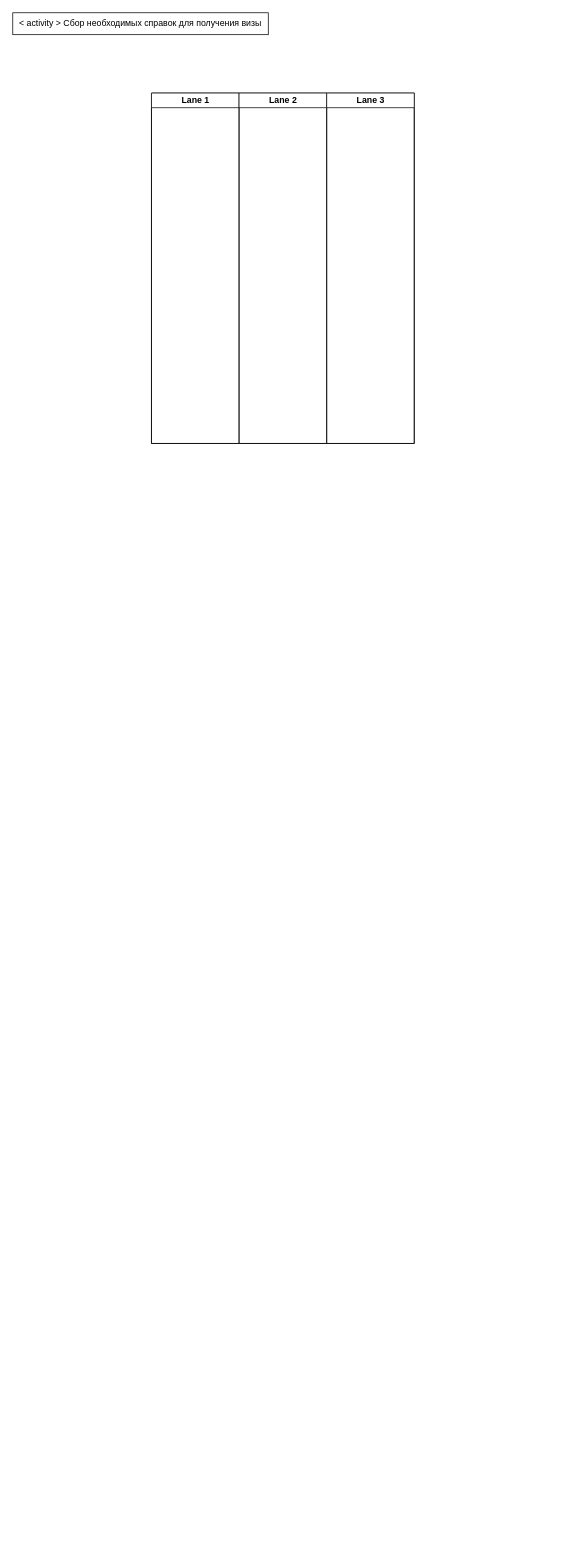
This is LR4/activity_diagram.drawio from f0rsunka/UML, a draw.io file, before an edit. Source tidied: cells renumbered, new cells numbered last; positions are measured from the earlier drawing's top-left corner, leaving out a move shared by most shapes. Both pictures are drawn from the tidied source at 73%, with x=0, y=0 at pixel (12, 12).
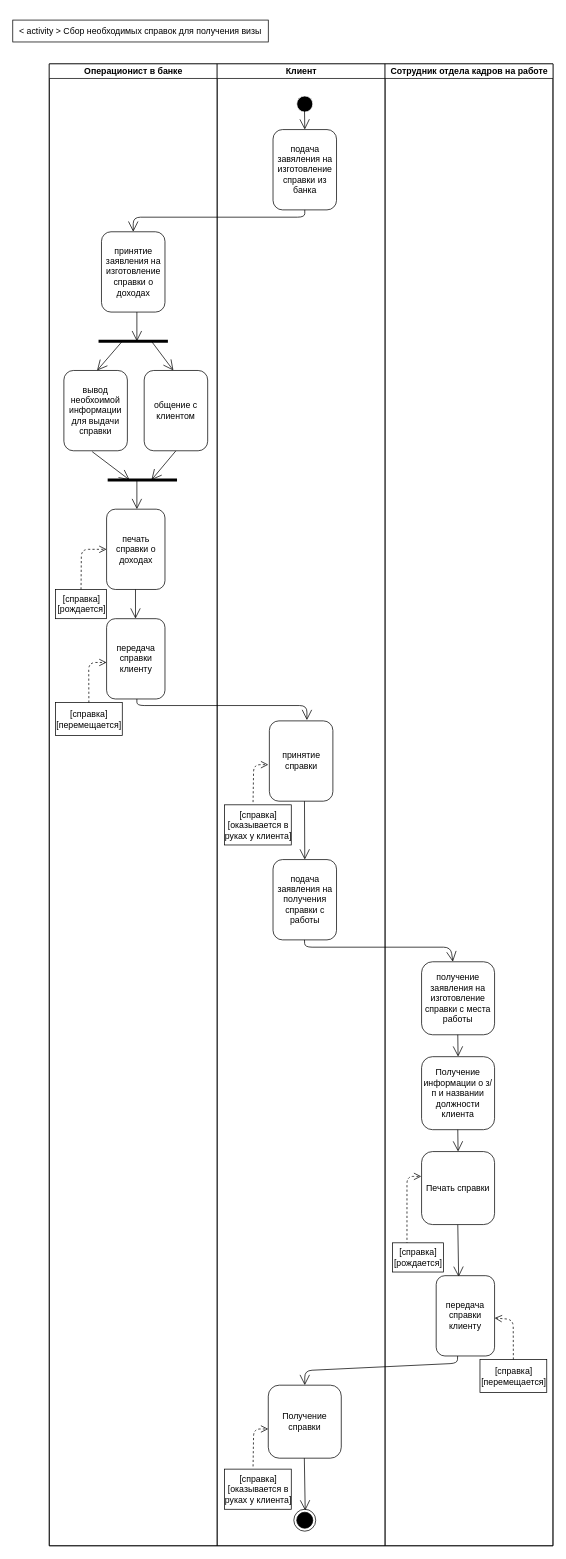
Above is the later version.

The edit, as a diff of the source:
```diff
@@
     <mxCell id="2" value="&lt;div align=&quot;center&quot;&gt;&amp;lt; activity &amp;gt; Сбор необходимых справок для получения визы&lt;br&gt;&lt;/div&gt;" style="rounded=0;whiteSpace=wrap;html=1;align=center;" parent="1" vertex="1">
-      <mxGeometry width="350" height="30" as="geometry" />
+      <mxGeometry y="10" width="350" height="30" as="geometry" />
     </mxCell>
+    <mxCell id="7" style="endArrow=open;endFill=1;endSize=12;html=1;" parent="1" edge="1">
+      <mxGeometry relative="1" as="geometry">
+        <mxPoint x="170" y="410" as="sourcePoint" />
+        <mxPoint x="170" y="450" as="targetPoint" />
+      </mxGeometry>
+    </mxCell>
+    <mxCell id="8" style="endArrow=open;endFill=1;endSize=12;html=1;exitX=0.5;exitY=1;exitDx=0;exitDy=0;" parent="1" edge="1" source="25">
+      <mxGeometry relative="1" as="geometry">
+        <mxPoint x="190" y="640" as="targetPoint" />
+      </mxGeometry>
+    </mxCell>
+    <mxCell id="9" style="endArrow=open;endFill=1;endSize=12;html=1;" parent="1" edge="1">
+      <mxGeometry relative="1" as="geometry">
+        <mxPoint x="170" y="640" as="sourcePoint" />
+        <mxPoint x="170" y="680" as="targetPoint" />
+      </mxGeometry>
+    </mxCell>
     <mxCell id="3" style="swimlane;html=1;startSize=0;horizontal=0;" parent="1" vertex="1">
-      <mxGeometry x="190" y="110" width="360" height="480" as="geometry" />
+      <mxGeometry x="50" y="70" width="690" height="2030" as="geometry" />
     </mxCell>
-    <mxCell id="4" value="Lane 1" style="swimlane;html=1;startSize=20;" parent="3" vertex="1">
-      <mxGeometry width="120" height="480" as="geometry" />
+    <mxCell id="4" value="Операционист в банке" style="swimlane;html=1;startSize=20;" parent="3" vertex="1">
+      <mxGeometry width="230" height="2030" as="geometry" />
     </mxCell>
+    <mxCell id="10" style="html=1;verticalAlign=bottom;endArrow=open;dashed=1;endSize=8;strokeWidth=1;exitX=0.5;exitY=0;exitDx=0;exitDy=0;entryX=0;entryY=0.5;entryDx=0;entryDy=0;" parent="4" edge="1" source="11" target="21">
+      <mxGeometry relative="1" as="geometry">
+        <Array as="points">
+          <mxPoint x="44" y="665" />
+        </Array>
+      </mxGeometry>
+    </mxCell>
+    <mxCell id="11" value="[справка]&lt;br&gt;[рождается]" style="html=1;strokeWidth=1;" parent="4" vertex="1">
+      <mxGeometry x="8.5" y="720" width="70" height="40" as="geometry" />
+    </mxCell>
+    <mxCell id="12" style="html=1;verticalAlign=bottom;endArrow=open;dashed=1;endSize=8;strokeWidth=1;exitX=0.5;exitY=0;exitDx=0;exitDy=0;entryX=0;entryY=0.5;entryDx=0;entryDy=0;" parent="4" edge="1" source="13">
+      <mxGeometry relative="1" as="geometry">
+        <mxPoint x="78.5" y="820" as="targetPoint" />
+        <Array as="points">
+          <mxPoint x="54" y="820" />
+        </Array>
+      </mxGeometry>
+    </mxCell>
+    <mxCell id="13" value="[справка]&lt;br&gt;[перемещается]" style="html=1;strokeWidth=1;" parent="4" vertex="1">
+      <mxGeometry x="8.5" y="875" width="91.5" height="45" as="geometry" />
+    </mxCell>
+    <mxCell id="14" value="вывод необхоимой информации для выдачи справки" style="shape=ext;rounded=1;html=1;whiteSpace=wrap;" parent="4" vertex="1">
+      <mxGeometry x="20" y="420" width="87" height="110" as="geometry" />
+    </mxCell>
+    <mxCell id="15" style="endArrow=none;html=1;strokeWidth=4;" parent="4" edge="1">
+      <mxGeometry relative="1" as="geometry">
+        <mxPoint x="67.5" y="380" as="sourcePoint" />
+        <mxPoint x="162.5" y="380" as="targetPoint" />
+      </mxGeometry>
+    </mxCell>
+    <mxCell id="16" style="endArrow=none;html=1;strokeWidth=4;" parent="4" edge="1">
+      <mxGeometry relative="1" as="geometry">
+        <mxPoint x="80" y="570" as="sourcePoint" />
+        <mxPoint x="175" y="570" as="targetPoint" />
+      </mxGeometry>
+    </mxCell>
+    <mxCell id="17" value="принятие заявления на изготовление справки о доходах" style="shape=ext;rounded=1;html=1;whiteSpace=wrap;" parent="4" vertex="1">
+      <mxGeometry x="71.5" y="230" width="87" height="110" as="geometry" />
+    </mxCell>
+    <mxCell id="18" style="endArrow=open;endFill=1;endSize=12;html=1;" parent="4" edge="1">
+      <mxGeometry relative="1" as="geometry">
+        <mxPoint x="100" y="380" as="sourcePoint" />
+        <mxPoint x="65.5" y="420" as="targetPoint" />
+      </mxGeometry>
+    </mxCell>
+    <mxCell id="19" style="endArrow=open;endFill=1;endSize=12;html=1;entryX=0.5;entryY=0;entryDx=0;entryDy=0;" parent="4" edge="1">
+      <mxGeometry relative="1" as="geometry">
+        <mxPoint x="140" y="380" as="sourcePoint" />
+        <mxPoint x="170" y="420" as="targetPoint" />
+      </mxGeometry>
+    </mxCell>
+    <mxCell id="20" style="endArrow=open;endFill=1;endSize=12;html=1;exitX=0.446;exitY=1.011;exitDx=0;exitDy=0;exitPerimeter=0;" parent="4" edge="1" source="14">
+      <mxGeometry relative="1" as="geometry">
+        <mxPoint x="110" y="570" as="targetPoint" />
+      </mxGeometry>
+    </mxCell>
+    <mxCell id="21" value="печать справки о доходах" style="shape=ext;rounded=1;html=1;whiteSpace=wrap;" parent="4" vertex="1">
+      <mxGeometry x="78.5" y="610" width="80" height="110" as="geometry" />
+    </mxCell>
+    <mxCell id="22" style="endArrow=open;endFill=1;endSize=12;html=1;" parent="4" edge="1">
+      <mxGeometry relative="1" as="geometry">
+        <mxPoint x="118.1" y="720" as="sourcePoint" />
+        <mxPoint x="118.1" y="760" as="targetPoint" />
+      </mxGeometry>
+    </mxCell>
+    <mxCell id="23" value="передача справки клиенту" style="shape=ext;rounded=1;html=1;whiteSpace=wrap;" parent="4" vertex="1">
+      <mxGeometry x="78.5" y="760" width="80" height="110" as="geometry" />
+    </mxCell>
+    <mxCell id="24" style="endArrow=open;endFill=1;endSize=12;html=1;" parent="4" edge="1">
+      <mxGeometry relative="1" as="geometry">
+        <mxPoint x="120" y="870" as="sourcePoint" />
+        <mxPoint x="352.9" y="899" as="targetPoint" />
+        <Array as="points">
+          <mxPoint x="120" y="879" />
+          <mxPoint x="353" y="879" />
+        </Array>
+      </mxGeometry>
+    </mxCell>
+    <mxCell id="25" value="общение с клиентом" style="shape=ext;rounded=1;html=1;whiteSpace=wrap;" parent="4" vertex="1">
+      <mxGeometry x="130" y="420" width="87" height="110" as="geometry" />
+    </mxCell>
-    <mxCell id="5" value="Lane 2" style="swimlane;html=1;startSize=20;" parent="3" vertex="1">
-      <mxGeometry x="120" width="120" height="480" as="geometry" />
+    <mxCell id="5" value="Клиент" style="swimlane;html=1;startSize=20;" parent="3" vertex="1">
+      <mxGeometry x="230" width="230" height="2030" as="geometry" />
     </mxCell>
+    <mxCell id="26" style="html=1;verticalAlign=bottom;endArrow=open;dashed=1;endSize=8;strokeWidth=1;exitX=0.428;exitY=-0.067;exitDx=0;exitDy=0;exitPerimeter=0;" parent="5" edge="1" source="29">
+      <mxGeometry relative="1" as="geometry">
+        <mxPoint x="70" y="960" as="targetPoint" />
+        <Array as="points">
+          <mxPoint x="50" y="960" />
+        </Array>
+      </mxGeometry>
+    </mxCell>
+    <mxCell id="27" style="html=1;verticalAlign=bottom;endArrow=open;dashed=1;endSize=8;strokeWidth=1;exitX=0.428;exitY=-0.067;exitDx=0;exitDy=0;exitPerimeter=0;" parent="5" edge="1" source="28">
+      <mxGeometry relative="1" as="geometry">
+        <mxPoint x="70" y="1870" as="targetPoint" />
+        <Array as="points">
+          <mxPoint x="50" y="1870" />
+        </Array>
+      </mxGeometry>
+    </mxCell>
+    <mxCell id="28" value="[справка]&lt;br&gt;&lt;div&gt;[оказывается в&lt;/div&gt;&lt;div&gt;руках у клиента]&lt;/div&gt;" style="html=1;strokeWidth=1;" parent="5" vertex="1">
+      <mxGeometry x="10" y="1925" width="91.5" height="55" as="geometry" />
+    </mxCell>
+    <mxCell id="29" value="[справка]&lt;br&gt;&lt;div&gt;[оказывается в&lt;/div&gt;&lt;div&gt;руках у клиента]&lt;/div&gt;" style="html=1;strokeWidth=1;" parent="5" vertex="1">
+      <mxGeometry x="10" y="1015" width="91.5" height="55" as="geometry" />
+    </mxCell>
+    <mxCell id="30" value="принятие справки" style="shape=ext;rounded=1;html=1;whiteSpace=wrap;" parent="5" vertex="1">
+      <mxGeometry x="71.5" y="900" width="87" height="110" as="geometry" />
+    </mxCell>
+    <mxCell id="31" style="endArrow=open;endFill=1;endSize=12;html=1;" parent="5" edge="1">
+      <mxGeometry relative="1" as="geometry">
+        <mxPoint x="119.6" y="1010" as="sourcePoint" />
+        <mxPoint x="120" y="1090" as="targetPoint" />
+      </mxGeometry>
+    </mxCell>
+    <mxCell id="32" style="ellipse;html=1;shape=endState;fillColor=#000000;strokeColor=#000000;" parent="5" vertex="1">
+      <mxGeometry x="105" y="1980" width="30" height="30" as="geometry" />
+    </mxCell>
+    <mxCell id="33" value="подача завяления на изготовление справки из банка" style="shape=ext;rounded=1;html=1;whiteSpace=wrap;" parent="5" vertex="1">
+      <mxGeometry x="76.5" y="90" width="87" height="110" as="geometry" />
+    </mxCell>
+    <mxCell id="34" style="ellipse;html=1;shape=endState;fillColor=#000000;strokeColor=#FFFFFF;" parent="5" vertex="1">
+      <mxGeometry x="105" y="40" width="30" height="30" as="geometry" />
+    </mxCell>
+    <mxCell id="35" style="endArrow=open;endFill=1;endSize=12;html=1;" parent="5" edge="1">
+      <mxGeometry relative="1" as="geometry">
+        <mxPoint x="119.6" y="60" as="sourcePoint" />
+        <mxPoint x="120" y="90" as="targetPoint" />
+      </mxGeometry>
+    </mxCell>
+    <mxCell id="36" value="подача заявления на получения справки с работы" style="shape=ext;rounded=1;html=1;whiteSpace=wrap;" parent="5" vertex="1">
+      <mxGeometry x="76.5" y="1090" width="87" height="110" as="geometry" />
+    </mxCell>
+    <mxCell id="37" style="endArrow=open;endFill=1;endSize=12;html=1;" parent="5" edge="1" target="47">
+      <mxGeometry relative="1" as="geometry">
+        <mxPoint x="119.6" y="1200" as="sourcePoint" />
+        <Array as="points">
+          <mxPoint x="120" y="1210" />
+          <mxPoint x="320" y="1210" />
+        </Array>
+      </mxGeometry>
+    </mxCell>
+    <mxCell id="38" value="Получение справки" style="shape=ext;rounded=1;html=1;whiteSpace=wrap;" parent="5" vertex="1">
+      <mxGeometry x="70" y="1810" width="100" height="100" as="geometry" />
+    </mxCell>
+    <mxCell id="39" style="endArrow=open;endFill=1;endSize=12;html=1;entryX=0.385;entryY=0.015;entryDx=0;entryDy=0;entryPerimeter=0;" parent="5" edge="1">
+      <mxGeometry relative="1" as="geometry">
+        <mxPoint x="119.4" y="1910" as="sourcePoint" />
+        <mxPoint x="120.6" y="1981.7" as="targetPoint" />
+      </mxGeometry>
+    </mxCell>
-    <mxCell id="6" value="Lane 3" style="swimlane;html=1;startSize=20;" parent="3" vertex="1">
-      <mxGeometry x="240" width="120" height="480" as="geometry" />
+    <mxCell id="6" value="Сотрудник отдела кадров на работе" style="swimlane;html=1;startSize=20;" parent="3" vertex="1">
+      <mxGeometry x="460" width="230" height="2030" as="geometry" />
     </mxCell>
+    <mxCell id="40" style="html=1;verticalAlign=bottom;endArrow=open;dashed=1;endSize=8;strokeWidth=1;entryX=-0.004;entryY=0.34;entryDx=0;entryDy=0;entryPerimeter=0;" parent="6" edge="1" target="50">
+      <mxGeometry relative="1" as="geometry">
+        <mxPoint x="30" y="1617" as="sourcePoint" />
+        <Array as="points">
+          <mxPoint x="30" y="1524" />
+        </Array>
+      </mxGeometry>
+    </mxCell>
+    <mxCell id="41" value="[справка]&lt;br&gt;[рождается]" style="html=1;strokeWidth=1;" parent="6" vertex="1">
+      <mxGeometry x="10" y="1615" width="70" height="40" as="geometry" />
+    </mxCell>
+    <mxCell id="42" style="html=1;verticalAlign=bottom;endArrow=open;dashed=1;endSize=8;strokeWidth=1;exitX=0.5;exitY=0;exitDx=0;exitDy=0;" parent="6" edge="1" source="51" target="45">
+      <mxGeometry relative="1" as="geometry">
+        <Array as="points">
+          <mxPoint x="175.5" y="1720" />
+        </Array>
+      </mxGeometry>
+    </mxCell>
+    <mxCell id="43" style="endArrow=open;endFill=1;endSize=12;html=1;entryX=0.385;entryY=0.015;entryDx=0;entryDy=0;entryPerimeter=0;" parent="6" edge="1" target="45">
+      <mxGeometry relative="1" as="geometry">
+        <mxPoint x="99.6" y="1590" as="sourcePoint" />
+      </mxGeometry>
+    </mxCell>
+    <mxCell id="44" style="endArrow=open;endFill=1;endSize=12;html=1;entryX=0.5;entryY=0;entryDx=0;entryDy=0;" parent="6" edge="1" target="38">
+      <mxGeometry relative="1" as="geometry">
+        <mxPoint x="99.4" y="1770" as="sourcePoint" />
+        <Array as="points">
+          <mxPoint x="99" y="1780" />
+          <mxPoint x="-110" y="1790" />
+        </Array>
+      </mxGeometry>
+    </mxCell>
+    <mxCell id="45" value="передача справки клиенту" style="shape=ext;rounded=1;html=1;whiteSpace=wrap;" parent="6" vertex="1">
+      <mxGeometry x="70" y="1660" width="80" height="110" as="geometry" />
+    </mxCell>
+    <mxCell id="46" value="Получение информации о з/п и названии должности клиента" style="shape=ext;rounded=1;html=1;whiteSpace=wrap;" parent="6" vertex="1">
+      <mxGeometry x="50" y="1360" width="100" height="100" as="geometry" />
+    </mxCell>
+    <mxCell id="47" value="получение заявления на изготовление справки с места работы" style="shape=ext;rounded=1;html=1;whiteSpace=wrap;" parent="6" vertex="1">
+      <mxGeometry x="50" y="1230" width="100" height="100" as="geometry" />
+    </mxCell>
+    <mxCell id="48" style="endArrow=open;endFill=1;endSize=12;html=1;" parent="6" edge="1">
+      <mxGeometry relative="1" as="geometry">
+        <mxPoint x="99.6" y="1330" as="sourcePoint" />
+        <mxPoint x="100" y="1360" as="targetPoint" />
+      </mxGeometry>
+    </mxCell>
+    <mxCell id="49" style="endArrow=open;endFill=1;endSize=12;html=1;" parent="6" edge="1">
+      <mxGeometry relative="1" as="geometry">
+        <mxPoint x="99.6" y="1460" as="sourcePoint" />
+        <mxPoint x="100" y="1490" as="targetPoint" />
+      </mxGeometry>
+    </mxCell>
+    <mxCell id="50" value="Печать справки" style="shape=ext;rounded=1;html=1;whiteSpace=wrap;" parent="6" vertex="1">
+      <mxGeometry x="50" y="1490" width="100" height="100" as="geometry" />
+    </mxCell>
+    <mxCell id="51" value="[справка]&lt;br&gt;[перемещается]" style="html=1;strokeWidth=1;" parent="6" vertex="1">
+      <mxGeometry x="130" y="1775" width="91.5" height="45" as="geometry" />
+    </mxCell>
+    <mxCell id="52" style="endArrow=open;endFill=1;endSize=12;html=1;entryX=0.5;entryY=0;entryDx=0;entryDy=0;exitX=0.5;exitY=1;exitDx=0;exitDy=0;" parent="3" edge="1" source="33" target="17">
+      <mxGeometry relative="1" as="geometry">
+        <Array as="points">
+          <mxPoint x="350" y="210" />
+          <mxPoint x="115" y="210" />
+        </Array>
+      </mxGeometry>
+    </mxCell>
```
